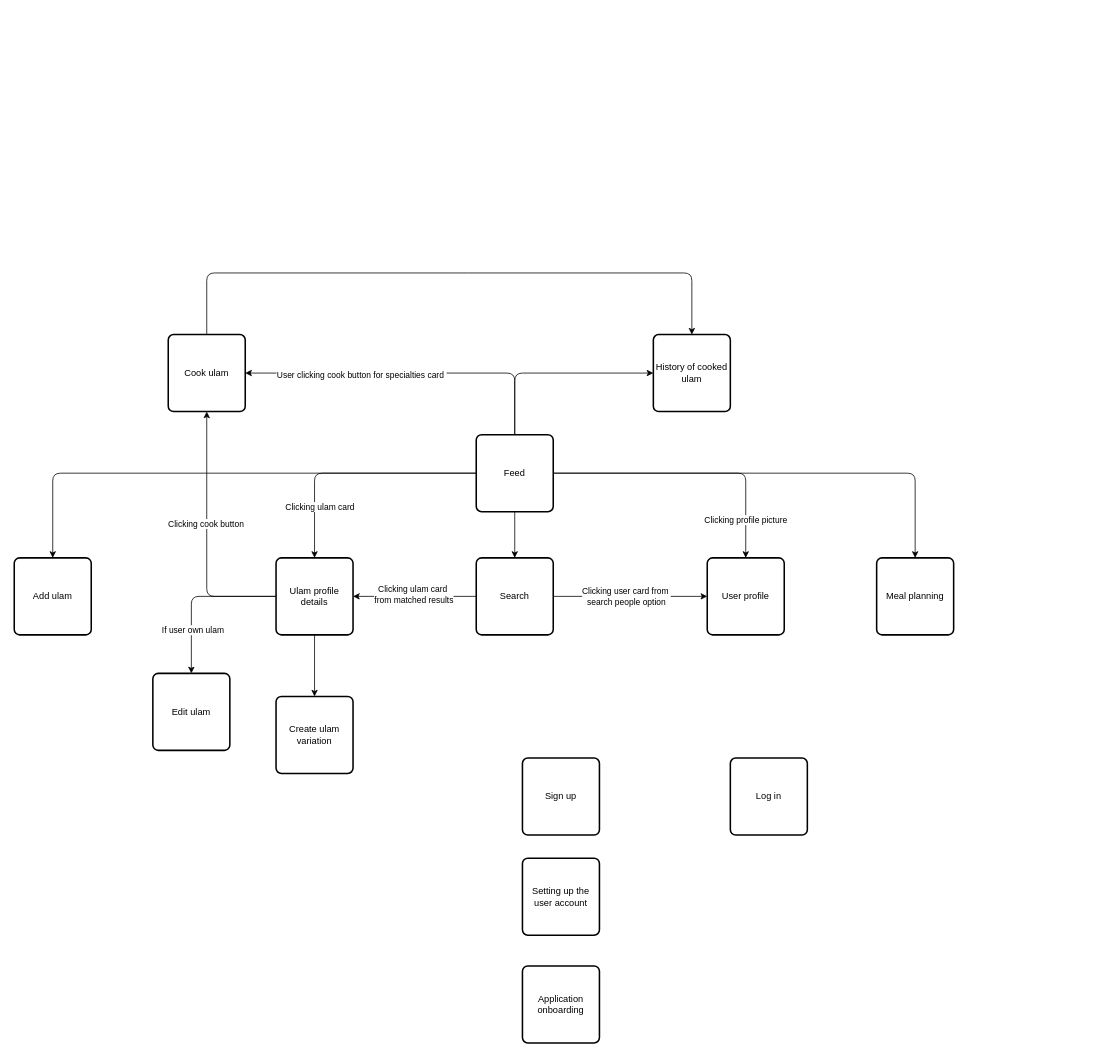
This is FLOW.drawio from audemarsodato/ulalam, a draw.io file, before an edit. Source tidied: cells renumbered, new cells numbered last; positions are measured from the earlier drawing's top-left corner, leaving out a move shared by most shapes. Both pictures are drawn from the tidied source at 77%, with x=0, y=0 at pixel (14, 273).
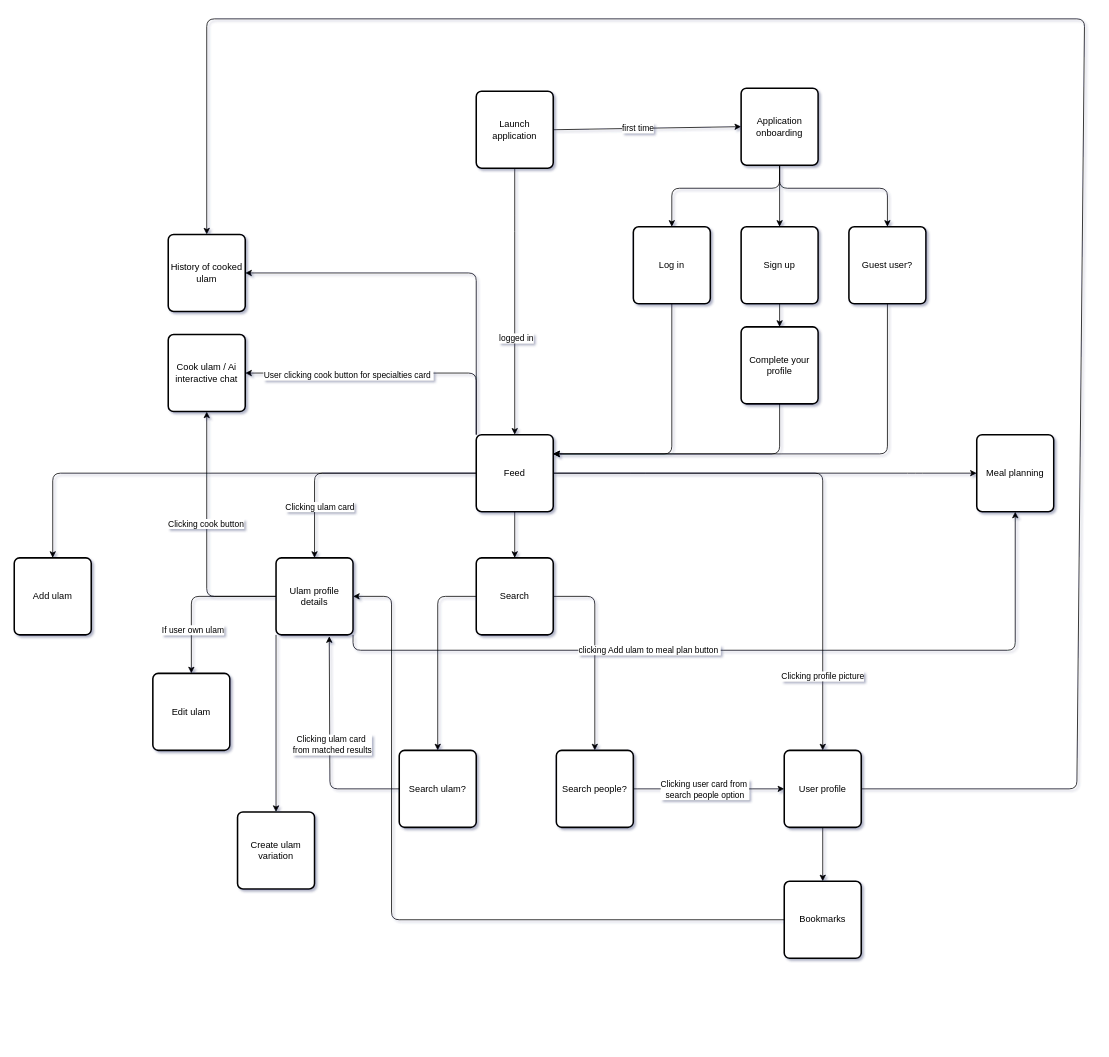
After the change.

Commit message (it also covers changes not shown here):
docs: Add page content docs for add ulam page

The change refers to these unchanged cells:
```xml
<mxCell id="12" value="Feed" style="rounded=1;whiteSpace=wrap;html=1;absoluteArcSize=1;arcSize=14;strokeWidth=2;" parent="1" vertex="1">
  <mxGeometry x="600" y="210" width="100" height="100" as="geometry" />
</mxCell>
<mxCell id="18" value="Search" style="rounded=1;whiteSpace=wrap;html=1;absoluteArcSize=1;arcSize=14;strokeWidth=2;" parent="1" vertex="1">
  <mxGeometry x="600" y="370" width="100" height="100" as="geometry" />
</mxCell>
<mxCell id="27" value="Ulam profile details" style="rounded=1;whiteSpace=wrap;html=1;absoluteArcSize=1;arcSize=14;strokeWidth=2;" parent="1" vertex="1">
  <mxGeometry x="340" y="370" width="100" height="100" as="geometry" />
</mxCell>
```

The edit, as a diff of the source:
```diff
@@
-<mxGraphModel>
+<mxGraphModel background="#FFFFFF" shadow="1">
@@
-    <mxCell id="2" style="edgeStyle=none;html=1;exitX=1;exitY=0.5;exitDx=0;exitDy=0;entryX=0.5;entryY=0;entryDx=0;entryDy=0;" parent="1" edge="1" source="12" target="28">
+    <mxCell id="2" style="edgeStyle=none;html=1;exitX=1;exitY=0.5;exitDx=0;exitDy=0;entryX=0;entryY=0.5;entryDx=0;entryDy=0;" parent="1" edge="1" source="12" target="28">
       <mxGeometry relative="1" as="geometry">
         <Array as="points">
           <mxPoint x="810" y="260" />
           <mxPoint x="1170" y="260" />
         </Array>
       </mxGeometry>
     </mxCell>
@@
     <mxCell id="4" style="edgeStyle=none;html=1;exitX=1;exitY=0.5;exitDx=0;exitDy=0;entryX=0.5;entryY=0;entryDx=0;entryDy=0;" parent="1" edge="1" source="12" target="21">
       <mxGeometry relative="1" as="geometry">
         <Array as="points">
-          <mxPoint x="950" y="260" />
+          <mxPoint x="1050" y="260" />
         </Array>
       </mxGeometry>
     </mxCell>
@@
-    <mxCell id="9" style="edgeStyle=none;html=1;exitX=0.5;exitY=0;exitDx=0;exitDy=0;entryX=1;entryY=0.5;entryDx=0;entryDy=0;" parent="1" edge="1" source="12" target="30">
+    <mxCell id="9" style="edgeStyle=none;html=1;exitX=0;exitY=0;exitDx=0;exitDy=0;entryX=1;entryY=0.5;entryDx=0;entryDy=0;" parent="1" edge="1" source="12" target="30">
       <mxGeometry relative="1" as="geometry">
         <Array as="points">
-          <mxPoint x="650" y="130" />
+          <mxPoint x="600" y="130" />
           <mxPoint x="520" y="130" />
         </Array>
       </mxGeometry>
     </mxCell>
@@
-    <mxCell id="11" style="edgeStyle=none;html=1;exitX=0.5;exitY=0;exitDx=0;exitDy=0;entryX=0;entryY=0.5;entryDx=0;entryDy=0;" parent="1" edge="1" source="12" target="31">
+    <mxCell id="11" style="edgeStyle=none;html=1;exitX=0;exitY=0;exitDx=0;exitDy=0;entryX=1;entryY=0.5;entryDx=0;entryDy=0;" parent="1" edge="1" source="12" target="31">
       <mxGeometry relative="1" as="geometry">
         <Array as="points">
-          <mxPoint x="650" y="130" />
+          <mxPoint x="600" />
         </Array>
       </mxGeometry>
     </mxCell>
@@
-    <mxCell id="14" style="edgeStyle=none;html=1;exitX=0;exitY=0.5;exitDx=0;exitDy=0;" parent="1" edge="1" source="18" target="27">
-      <mxGeometry relative="1" as="geometry" />
+    <mxCell id="14" style="edgeStyle=none;html=1;exitX=0;exitY=0.5;exitDx=0;exitDy=0;entryX=0.691;entryY=1.018;entryDx=0;entryDy=0;entryPerimeter=0;" parent="1" edge="1" source="58" target="27">
+      <mxGeometry relative="1" as="geometry">
+        <Array as="points">
+          <mxPoint x="410" y="670" />
+        </Array>
+      </mxGeometry>
     </mxCell>
@@
-    <mxCell id="16" style="edgeStyle=none;html=1;exitX=1;exitY=0.5;exitDx=0;exitDy=0;" parent="1" edge="1" source="18" target="21">
+    <mxCell id="16" style="edgeStyle=none;html=1;exitX=1;exitY=0.5;exitDx=0;exitDy=0;" parent="1" edge="1" source="59" target="21">
       <mxGeometry relative="1" as="geometry" />
     </mxCell>
@@
+    <mxCell id="36" style="edgeStyle=none;html=1;exitX=1;exitY=0.5;exitDx=0;exitDy=0;entryX=0.5;entryY=0;entryDx=0;entryDy=0;" parent="1" edge="1" source="18" target="59">
+      <mxGeometry relative="1" as="geometry">
+        <Array as="points">
+          <mxPoint x="754" y="420" />
+        </Array>
+      </mxGeometry>
+    </mxCell>
+    <mxCell id="37" style="edgeStyle=none;html=1;exitX=0;exitY=0.5;exitDx=0;exitDy=0;entryX=0.5;entryY=0;entryDx=0;entryDy=0;" parent="1" edge="1" source="18" target="58">
+      <mxGeometry relative="1" as="geometry">
+        <Array as="points">
+          <mxPoint x="550" y="420" />
+        </Array>
+      </mxGeometry>
+    </mxCell>
@@
     <mxCell id="20" value="Create ulam variation" style="rounded=1;whiteSpace=wrap;html=1;absoluteArcSize=1;arcSize=14;strokeWidth=2;" parent="1" vertex="1">
-      <mxGeometry x="340" y="550" width="100" height="100" as="geometry" />
+      <mxGeometry x="290" y="700" width="100" height="100" as="geometry" />
     </mxCell>
+    <mxCell id="38" style="edgeStyle=none;html=1;exitX=0.5;exitY=1;exitDx=0;exitDy=0;entryX=0.5;entryY=0;entryDx=0;entryDy=0;" parent="1" edge="1" source="21" target="47">
+      <mxGeometry relative="1" as="geometry" />
+    </mxCell>
+    <mxCell id="39" style="edgeStyle=none;html=1;exitX=1;exitY=0.5;exitDx=0;exitDy=0;entryX=0.5;entryY=0;entryDx=0;entryDy=0;" parent="1" edge="1" source="21" target="31">
+      <mxGeometry relative="1" as="geometry">
+        <Array as="points">
+          <mxPoint x="1380" y="670" />
+          <mxPoint x="1390" y="-330" />
+          <mxPoint x="250" y="-330" />
+        </Array>
+      </mxGeometry>
+    </mxCell>
     <mxCell id="21" value="User profile" style="rounded=1;whiteSpace=wrap;html=1;absoluteArcSize=1;arcSize=14;strokeWidth=2;" parent="1" vertex="1">
-      <mxGeometry x="900" y="370" width="100" height="100" as="geometry" />
+      <mxGeometry x="1000" y="620" width="100" height="100" as="geometry" />
     </mxCell>
@@
-    <mxCell id="24" style="edgeStyle=none;html=1;exitX=0.5;exitY=1;exitDx=0;exitDy=0;entryX=0.5;entryY=0;entryDx=0;entryDy=0;" parent="1" edge="1" source="27" target="20">
+    <mxCell id="24" style="edgeStyle=none;html=1;entryX=0.5;entryY=0;entryDx=0;entryDy=0;exitX=0;exitY=1;exitDx=0;exitDy=0;" parent="1" edge="1" source="27" target="20">
       <mxGeometry relative="1" as="geometry" />
     </mxCell>
@@
+    <mxCell id="40" style="edgeStyle=none;html=1;exitX=1;exitY=1;exitDx=0;exitDy=0;entryX=0.5;entryY=1;entryDx=0;entryDy=0;" parent="1" edge="1" source="27" target="28">
+      <mxGeometry relative="1" as="geometry">
+        <Array as="points">
+          <mxPoint x="440" y="490" />
+          <mxPoint x="1300" y="490" />
+        </Array>
+      </mxGeometry>
+    </mxCell>
+    <mxCell id="41" value="clicking Add ulam to meal plan button&amp;nbsp;" style="edgeLabel;html=1;align=center;verticalAlign=middle;" parent="40" vertex="1">
+      <mxGeometry x="-0.24" y="1" relative="1" as="geometry">
+        <mxPoint x="1" as="offset" />
+      </mxGeometry>
+    </mxCell>
@@
     <mxCell id="28" value="Meal planning" style="rounded=1;whiteSpace=wrap;html=1;absoluteArcSize=1;arcSize=14;strokeWidth=2;" parent="1" vertex="1">
-      <mxGeometry x="1120" y="370" width="100" height="100" as="geometry" />
+      <mxGeometry x="1250" y="210" width="100" height="100" as="geometry" />
     </mxCell>
-    <mxCell id="29" style="edgeStyle=none;html=1;exitX=0.5;exitY=0;exitDx=0;exitDy=0;entryX=0.5;entryY=0;entryDx=0;entryDy=0;" parent="1" edge="1" source="30" target="31">
-      <mxGeometry relative="1" as="geometry">
-        <Array as="points">
-          <mxPoint x="250" />
-          <mxPoint x="580" />
-          <mxPoint x="880" />
-        </Array>
-      </mxGeometry>
-    </mxCell>
-    <mxCell id="30" value="Cook ulam" style="rounded=1;whiteSpace=wrap;html=1;absoluteArcSize=1;arcSize=14;strokeWidth=2;" parent="1" vertex="1">
+    <mxCell id="30" value="Cook ulam / Ai interactive chat" style="rounded=1;whiteSpace=wrap;html=1;absoluteArcSize=1;arcSize=14;strokeWidth=2;" parent="1" vertex="1">
       <mxGeometry x="200" y="80" width="100" height="100" as="geometry" />
     </mxCell>
     <mxCell id="31" value="History of cooked ulam" style="rounded=1;whiteSpace=wrap;html=1;absoluteArcSize=1;arcSize=14;strokeWidth=2;" parent="1" vertex="1">
-      <mxGeometry x="830" y="80" width="100" height="100" as="geometry" />
+      <mxGeometry x="200" y="-50" width="100" height="100" as="geometry" />
     </mxCell>
+    <mxCell id="42" style="edgeStyle=none;html=1;exitX=0.5;exitY=1;exitDx=0;exitDy=0;entryX=0.5;entryY=0;entryDx=0;entryDy=0;" parent="1" edge="1" source="32" target="49">
+      <mxGeometry relative="1" as="geometry" />
+    </mxCell>
     <mxCell id="32" value="Sign up" style="rounded=1;whiteSpace=wrap;html=1;absoluteArcSize=1;arcSize=14;strokeWidth=2;" parent="1" vertex="1">
-      <mxGeometry x="660" y="630" width="100" height="100" as="geometry" />
+      <mxGeometry x="944" y="-60" width="100" height="100" as="geometry" />
     </mxCell>
-    <mxCell id="33" value="Setting up the user account" style="rounded=1;whiteSpace=wrap;html=1;absoluteArcSize=1;arcSize=14;strokeWidth=2;" parent="1" vertex="1">
-      <mxGeometry x="660" y="760" width="100" height="100" as="geometry" />
-    </mxCell>
+    <mxCell id="43" style="edgeStyle=none;html=1;exitX=0.5;exitY=1;exitDx=0;exitDy=0;entryX=1;entryY=0.25;entryDx=0;entryDy=0;" parent="1" edge="1" source="35" target="12">
+      <mxGeometry relative="1" as="geometry">
+        <Array as="points">
+          <mxPoint x="854" y="235" />
+        </Array>
+      </mxGeometry>
+    </mxCell>
+    <mxCell id="35" value="Log in" style="rounded=1;whiteSpace=wrap;html=1;absoluteArcSize=1;arcSize=14;strokeWidth=2;" parent="1" vertex="1">
+      <mxGeometry x="804" y="-60" width="100" height="100" as="geometry" />
+    </mxCell>
+    <mxCell id="44" style="edgeStyle=none;html=1;exitX=0.5;exitY=1;exitDx=0;exitDy=0;entryX=1;entryY=0.25;entryDx=0;entryDy=0;" parent="1" edge="1" source="45" target="12">
+      <mxGeometry relative="1" as="geometry">
+        <Array as="points">
+          <mxPoint x="1134" y="235" />
+        </Array>
+      </mxGeometry>
+    </mxCell>
+    <mxCell id="45" value="Guest user?" style="rounded=1;whiteSpace=wrap;html=1;absoluteArcSize=1;arcSize=14;strokeWidth=2;" parent="1" vertex="1">
+      <mxGeometry x="1084" y="-60" width="100" height="100" as="geometry" />
+    </mxCell>
+    <mxCell id="46" style="edgeStyle=none;html=1;exitX=0;exitY=0.5;exitDx=0;exitDy=0;entryX=1;entryY=0.5;entryDx=0;entryDy=0;" parent="1" edge="1" source="47" target="27">
+      <mxGeometry relative="1" as="geometry">
+        <Array as="points">
+          <mxPoint x="490" y="840" />
+          <mxPoint x="490" y="420" />
+        </Array>
+      </mxGeometry>
+    </mxCell>
+    <mxCell id="47" value="Bookmarks" style="rounded=1;whiteSpace=wrap;html=1;absoluteArcSize=1;arcSize=14;strokeWidth=2;" parent="1" vertex="1">
+      <mxGeometry x="1000" y="790" width="100" height="100" as="geometry" />
+    </mxCell>
+    <mxCell id="48" style="edgeStyle=none;html=1;exitX=0.5;exitY=1;exitDx=0;exitDy=0;entryX=1;entryY=0.25;entryDx=0;entryDy=0;" parent="1" edge="1" source="49" target="12">
+      <mxGeometry relative="1" as="geometry">
+        <Array as="points">
+          <mxPoint x="994" y="235" />
+        </Array>
+      </mxGeometry>
+    </mxCell>
+    <mxCell id="49" value="Complete your profile" style="rounded=1;whiteSpace=wrap;html=1;absoluteArcSize=1;arcSize=14;strokeWidth=2;" parent="1" vertex="1">
+      <mxGeometry x="944" y="70" width="100" height="100" as="geometry" />
+    </mxCell>
+    <mxCell id="50" style="edgeStyle=none;html=1;exitX=0.5;exitY=1;exitDx=0;exitDy=0;entryX=0.5;entryY=0;entryDx=0;entryDy=0;" parent="1" edge="1" source="34" target="32">
+      <mxGeometry relative="1" as="geometry" />
+    </mxCell>
+    <mxCell id="51" style="edgeStyle=none;html=1;exitX=0.5;exitY=1;exitDx=0;exitDy=0;entryX=0.5;entryY=0;entryDx=0;entryDy=0;" parent="1" edge="1" source="34" target="35">
+      <mxGeometry relative="1" as="geometry">
+        <Array as="points">
+          <mxPoint x="994" y="-110" />
+          <mxPoint x="854" y="-110" />
+        </Array>
+      </mxGeometry>
+    </mxCell>
+    <mxCell id="52" style="edgeStyle=none;html=1;exitX=0.5;exitY=1;exitDx=0;exitDy=0;entryX=0.5;entryY=0;entryDx=0;entryDy=0;" parent="1" edge="1" source="34" target="45">
+      <mxGeometry relative="1" as="geometry">
+        <Array as="points">
+          <mxPoint x="994" y="-110" />
+          <mxPoint x="1134" y="-110" />
+        </Array>
+      </mxGeometry>
+    </mxCell>
     <mxCell id="34" value="Application onboarding" style="rounded=1;whiteSpace=wrap;html=1;absoluteArcSize=1;arcSize=14;strokeWidth=2;" parent="1" vertex="1">
-      <mxGeometry x="660" y="900" width="100" height="100" as="geometry" />
+      <mxGeometry x="944" y="-240" width="100" height="100" as="geometry" />
     </mxCell>
-    <mxCell id="35" value="Log in" style="rounded=1;whiteSpace=wrap;html=1;absoluteArcSize=1;arcSize=14;strokeWidth=2;" parent="1" vertex="1">
-      <mxGeometry x="930" y="630" width="100" height="100" as="geometry" />
-    </mxCell>
+    <mxCell id="53" style="edgeStyle=none;html=1;exitX=1;exitY=0.5;exitDx=0;exitDy=0;entryX=0;entryY=0.5;entryDx=0;entryDy=0;" parent="1" edge="1" source="57" target="34">
+      <mxGeometry relative="1" as="geometry" />
+    </mxCell>
+    <mxCell id="54" value="first time" style="edgeLabel;html=1;align=center;verticalAlign=middle;" parent="53" vertex="1">
+      <mxGeometry x="-0.1" y="1" relative="1" as="geometry" />
+    </mxCell>
+    <mxCell id="55" style="edgeStyle=none;html=1;exitX=0.5;exitY=1;exitDx=0;exitDy=0;entryX=0.5;entryY=0;entryDx=0;entryDy=0;" parent="1" edge="1" source="57" target="12">
+      <mxGeometry relative="1" as="geometry">
+        <Array as="points">
+          <mxPoint x="650" y="-64" />
+        </Array>
+      </mxGeometry>
+    </mxCell>
+    <mxCell id="56" value="logged in" style="edgeLabel;html=1;align=center;verticalAlign=middle;" parent="55" vertex="1">
+      <mxGeometry x="0.27" y="1" relative="1" as="geometry" />
+    </mxCell>
+    <mxCell id="57" value="Launch application" style="rounded=1;whiteSpace=wrap;html=1;absoluteArcSize=1;arcSize=14;strokeWidth=2;" parent="1" vertex="1">
+      <mxGeometry x="600" y="-236" width="100" height="100" as="geometry" />
+    </mxCell>
+    <mxCell id="58" value="Search ulam?" style="rounded=1;whiteSpace=wrap;html=1;absoluteArcSize=1;arcSize=14;strokeWidth=2;" parent="1" vertex="1">
+      <mxGeometry x="500" y="620" width="100" height="100" as="geometry" />
+    </mxCell>
+    <mxCell id="59" value="Search people?" style="rounded=1;whiteSpace=wrap;html=1;absoluteArcSize=1;arcSize=14;strokeWidth=2;" parent="1" vertex="1">
+      <mxGeometry x="704" y="620" width="100" height="100" as="geometry" />
+    </mxCell>
```
